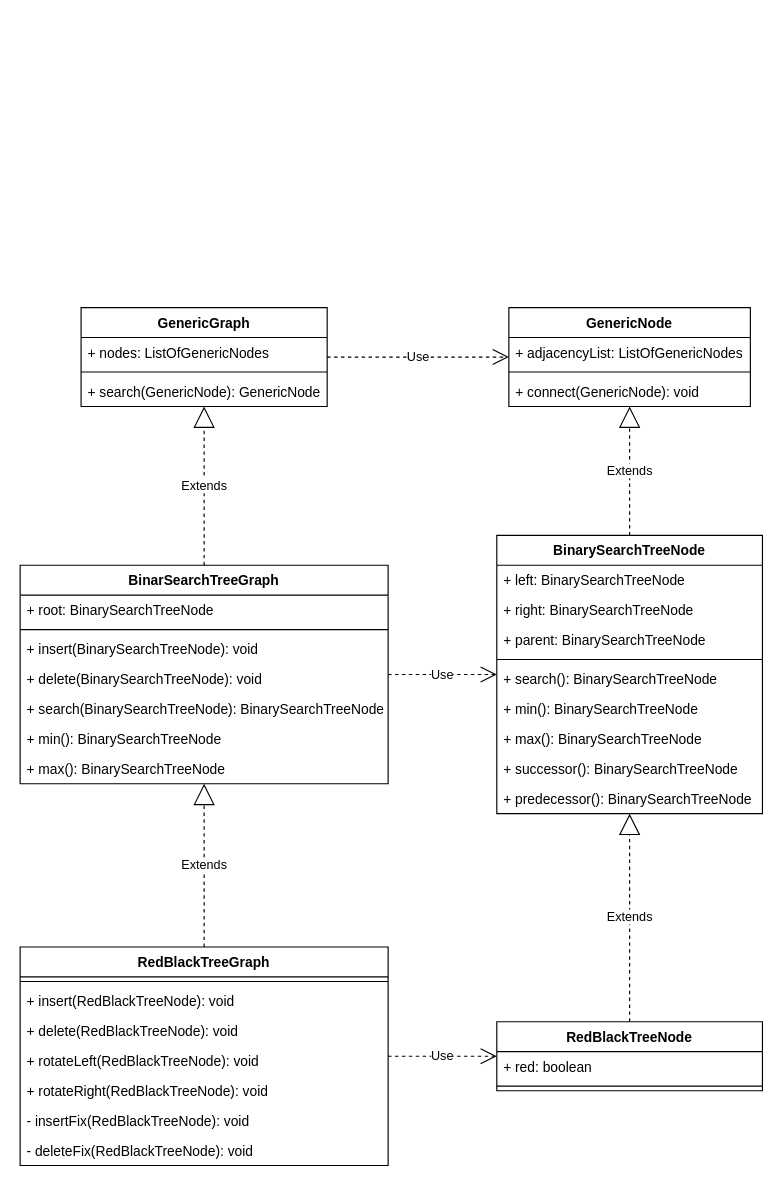
Above: qGraphs.drawio in qStivi/qGraphs (draw.io), before the change. Source tidied: cells renumbered, new cells numbered last; positions are measured from the earlier drawing's top-left corner, leaving out a move shared by most shapes. Both pictures are drawn from the tidied source at 115%, with x=0, y=0 at pixel (20, 307).
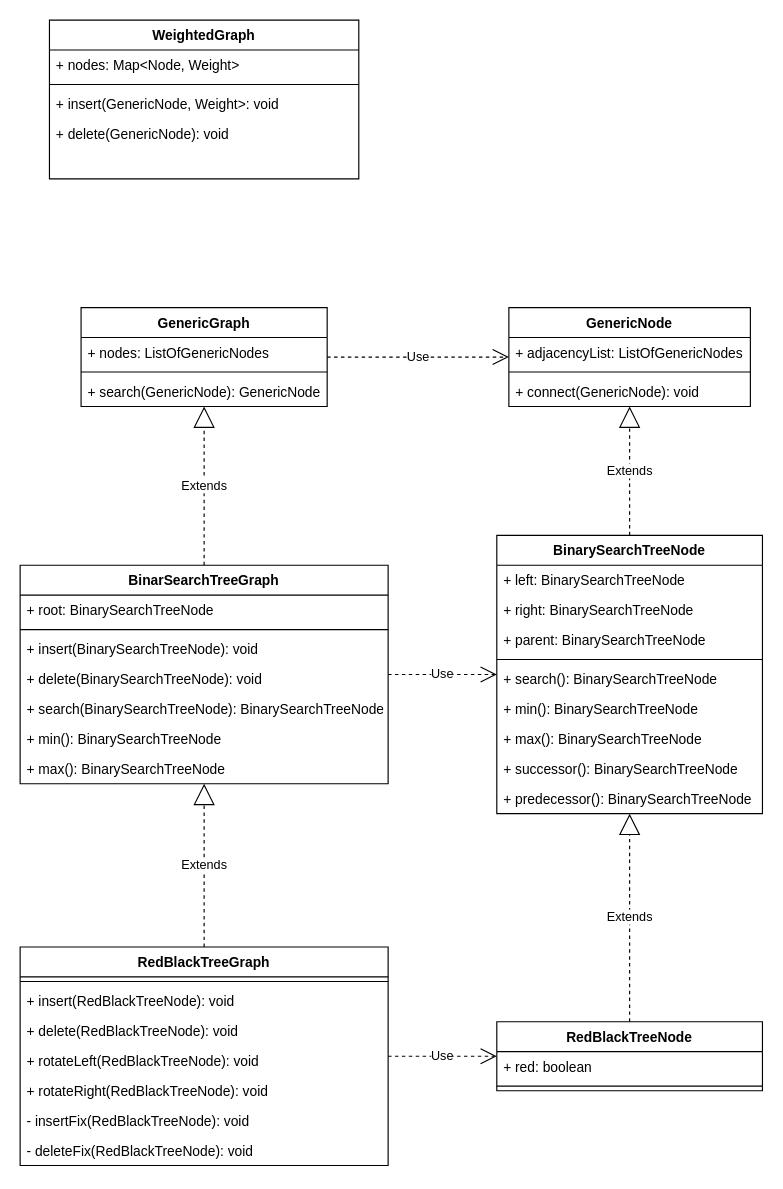
The same diagram, later.

Diff of the diagram source:
```diff
@@
+    <mxCell id="46" value="WeightedGraph" style="swimlane;fontStyle=1;align=center;verticalAlign=top;horizontal=1;startSize=26;" parent="1" vertex="1">
+      <mxGeometry x="25.5" y="-250" width="269" height="138" as="geometry" />
+    </mxCell>
+    <mxCell id="47" value="+ nodes: Map&lt;Node, Weight&gt;" style="text;strokeColor=none;fillColor=none;align=left;verticalAlign=top;spacingLeft=4;spacingRight=4;overflow=hidden;" parent="46" vertex="1">
+      <mxGeometry y="26" width="269" height="26" as="geometry" />
+    </mxCell>
+    <mxCell id="48" style="line;strokeWidth=1;fillColor=none;align=left;verticalAlign=middle;spacingTop=-1;spacingLeft=3;spacingRight=3;labelPosition=right;" parent="46" vertex="1">
+      <mxGeometry y="52" width="269" height="8" as="geometry" />
+    </mxCell>
+    <mxCell id="49" value="+ insert(GenericNode, Weight&gt;: void" style="text;strokeColor=none;fillColor=none;align=left;verticalAlign=top;spacingLeft=4;spacingRight=4;overflow=hidden;" parent="46" vertex="1">
+      <mxGeometry y="60" width="269" height="26" as="geometry" />
+    </mxCell>
+    <mxCell id="50" value="+ delete(GenericNode): void" style="text;strokeColor=none;fillColor=none;align=left;verticalAlign=top;spacingLeft=4;spacingRight=4;overflow=hidden;" parent="46" vertex="1">
+      <mxGeometry y="86" width="269" height="26" as="geometry" />
+    </mxCell>
+    <mxCell id="51" style="text;strokeColor=none;fillColor=none;align=left;verticalAlign=top;spacingLeft=4;spacingRight=4;overflow=hidden;" parent="46" vertex="1">
+      <mxGeometry y="112" width="269" height="26" as="geometry" />
+    </mxCell>
```
